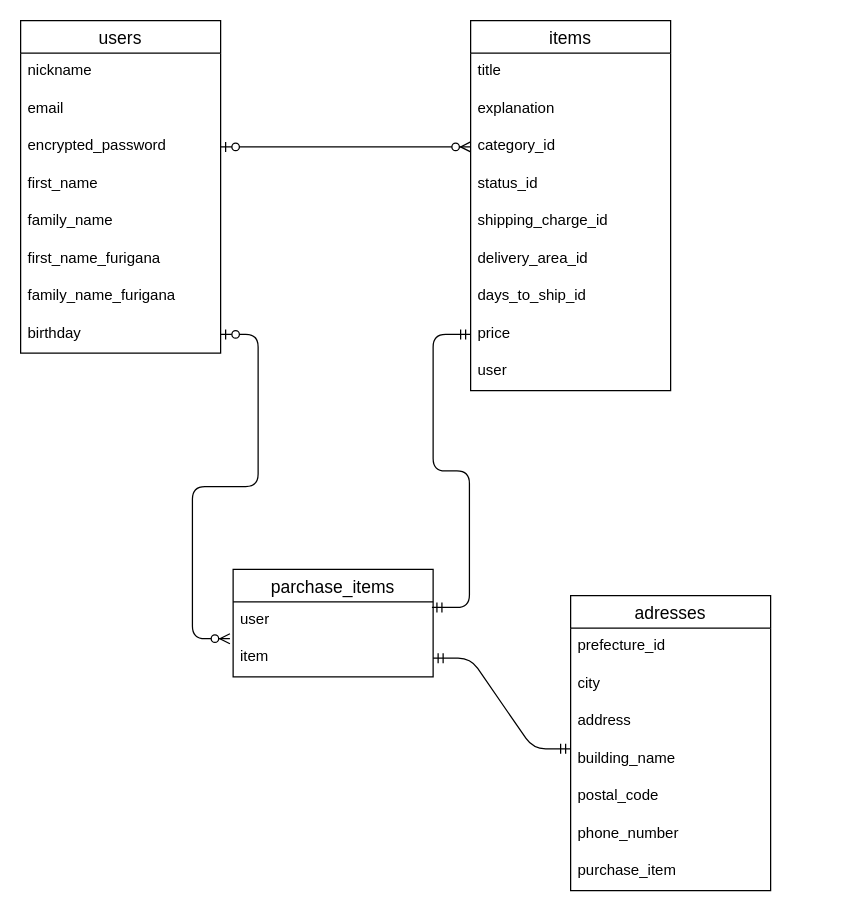
Above: database.dio in masanaring/furima-31489 (draw.io), before the change. Source tidied: cells renumbered, new cells numbered last; positions are measured from the earlier drawing's top-left corner, leaving out a move shared by most shapes. Both pictures are drawn from the tidied source at 125%, with x=0, y=0 at pixel (20, 20).
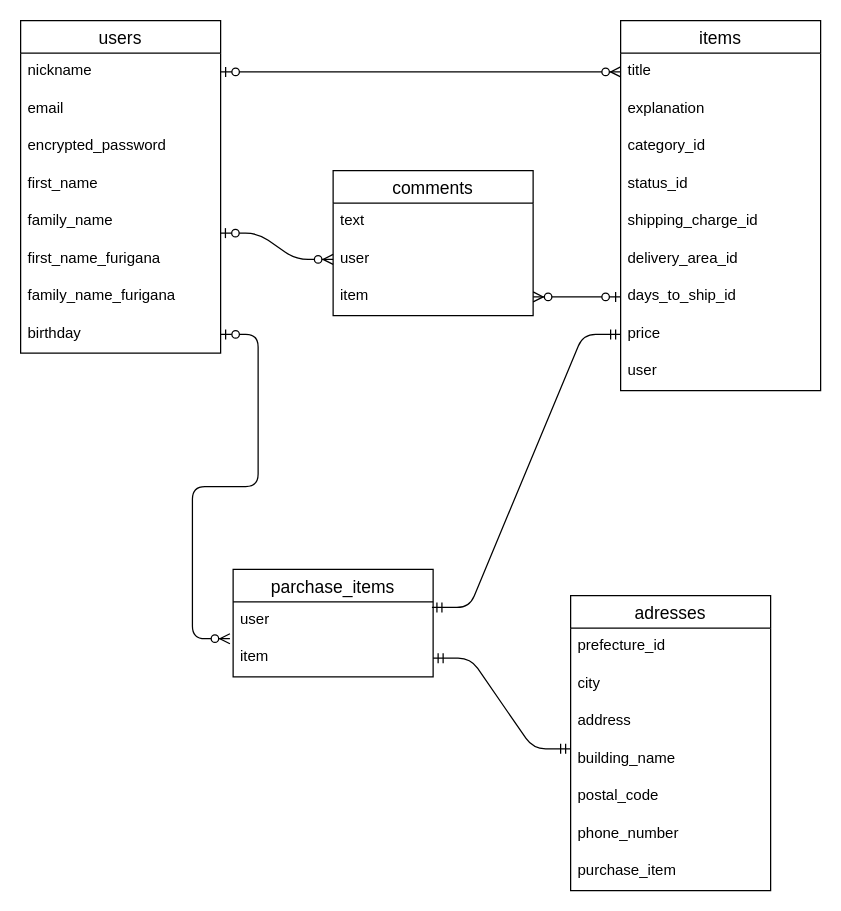
The same page after the edit.

Commit message (it also covers changes not shown here):
テーブル設計・ER図作成

Unchanged cells that the change refers to:
```xml
<mxCell id="3" value="nickname" style="text;strokeColor=none;fillColor=none;spacingLeft=4;spacingRight=4;overflow=hidden;points=[[0,0.5],[1,0.5]];portConstraint=eastwest;fontSize=12;" parent="2" vertex="1">
  <mxGeometry y="26" width="160" height="30" as="geometry" />
</mxCell>
<mxCell id="5" value="encrypted_password" style="text;strokeColor=none;fillColor=none;spacingLeft=4;spacingRight=4;overflow=hidden;points=[[0,0.5],[1,0.5]];portConstraint=eastwest;fontSize=12;" parent="2" vertex="1">
  <mxGeometry y="86" width="160" height="30" as="geometry" />
</mxCell>
<mxCell id="7" value="family_name" style="text;strokeColor=none;fillColor=none;spacingLeft=4;spacingRight=4;overflow=hidden;points=[[0,0.5],[1,0.5]];portConstraint=eastwest;fontSize=12;" parent="2" vertex="1">
  <mxGeometry y="146" width="160" height="30" as="geometry" />
</mxCell>
<mxCell id="12" value="title" style="text;strokeColor=none;fillColor=none;spacingLeft=4;spacingRight=4;overflow=hidden;points=[[0,0.5],[1,0.5]];portConstraint=eastwest;fontSize=12;" parent="11" vertex="1">
  <mxGeometry y="26" width="160" height="30" as="geometry" />
</mxCell>
<mxCell id="14" value="category_id" style="text;strokeColor=none;fillColor=none;spacingLeft=4;spacingRight=4;overflow=hidden;points=[[0,0.5],[1,0.5]];portConstraint=eastwest;fontSize=12;" parent="11" vertex="1">
  <mxGeometry y="86" width="160" height="30" as="geometry" />
</mxCell>
<mxCell id="18" value="days_to_ship_id" style="text;strokeColor=none;fillColor=none;spacingLeft=4;spacingRight=4;overflow=hidden;points=[[0,0.5],[1,0.5]];portConstraint=eastwest;fontSize=12;" parent="11" vertex="1">
  <mxGeometry y="206" width="160" height="30" as="geometry" />
</mxCell>
```

The edit, as a diff of the source:
```diff
@@
     <mxCell id="11" value="items" style="swimlane;fontStyle=0;horizontal=1;startSize=26;align=center;fontSize=14;" parent="1" vertex="1">
-      <mxGeometry x="360" width="160" height="296" as="geometry" />
+      <mxGeometry x="480" width="160" height="296" as="geometry" />
     </mxCell>
@@
-    <mxCell id="21" style="edgeStyle=entityRelationEdgeStyle;fontSize=12;html=1;endArrow=ERzeroToMany;startArrow=ERzeroToOne;exitX=1;exitY=0.5;exitDx=0;exitDy=0;entryX=0;entryY=0.5;entryDx=0;entryDy=0;" parent="1" edge="1" source="5" target="14">
+    <mxCell id="21" style="edgeStyle=entityRelationEdgeStyle;fontSize=12;html=1;endArrow=ERzeroToMany;startArrow=ERzeroToOne;entryX=0;entryY=0.5;entryDx=0;entryDy=0;" parent="1" edge="1" source="3" target="12">
       <mxGeometry relative="1" as="geometry" />
     </mxCell>
@@
+    <mxCell id="36" value="comments" style="swimlane;fontStyle=0;horizontal=1;startSize=26;align=center;fontSize=14;" parent="1" vertex="1">
+      <mxGeometry x="250" y="120" width="160" height="116" as="geometry" />
+    </mxCell>
+    <mxCell id="37" value="text" style="text;strokeColor=none;fillColor=none;spacingLeft=4;spacingRight=4;overflow=hidden;fontSize=12;" parent="36" vertex="1">
+      <mxGeometry y="26" width="160" height="30" as="geometry" />
+    </mxCell>
+    <mxCell id="38" value="user" style="text;strokeColor=none;fillColor=none;spacingLeft=4;spacingRight=4;overflow=hidden;points=[[0,0.5],[1,0.5]];portConstraint=eastwest;fontSize=12;" parent="36" vertex="1">
+      <mxGeometry y="56" width="160" height="30" as="geometry" />
+    </mxCell>
+    <mxCell id="39" value="item" style="text;strokeColor=none;fillColor=none;spacingLeft=4;spacingRight=4;overflow=hidden;points=[[0,0.5],[1,0.5]];portConstraint=eastwest;fontSize=12;" parent="36" vertex="1">
+      <mxGeometry y="86" width="160" height="30" as="geometry" />
+    </mxCell>
+    <mxCell id="40" style="edgeStyle=entityRelationEdgeStyle;fontSize=12;html=1;endArrow=ERzeroToMany;startArrow=ERzeroToOne;entryX=0;entryY=0.5;entryDx=0;entryDy=0;exitX=0.999;exitY=0.8;exitDx=0;exitDy=0;exitPerimeter=0;" parent="1" edge="1" source="7" target="38">
+      <mxGeometry relative="1" as="geometry" />
+    </mxCell>
+    <mxCell id="41" style="edgeStyle=entityRelationEdgeStyle;fontSize=12;html=1;endArrow=ERzeroToMany;startArrow=ERzeroToOne;entryX=1;entryY=0.5;entryDx=0;entryDy=0;exitX=0;exitY=0.5;exitDx=0;exitDy=0;" parent="1" edge="1" source="18" target="39">
+      <mxGeometry relative="1" as="geometry" />
+    </mxCell>
```
